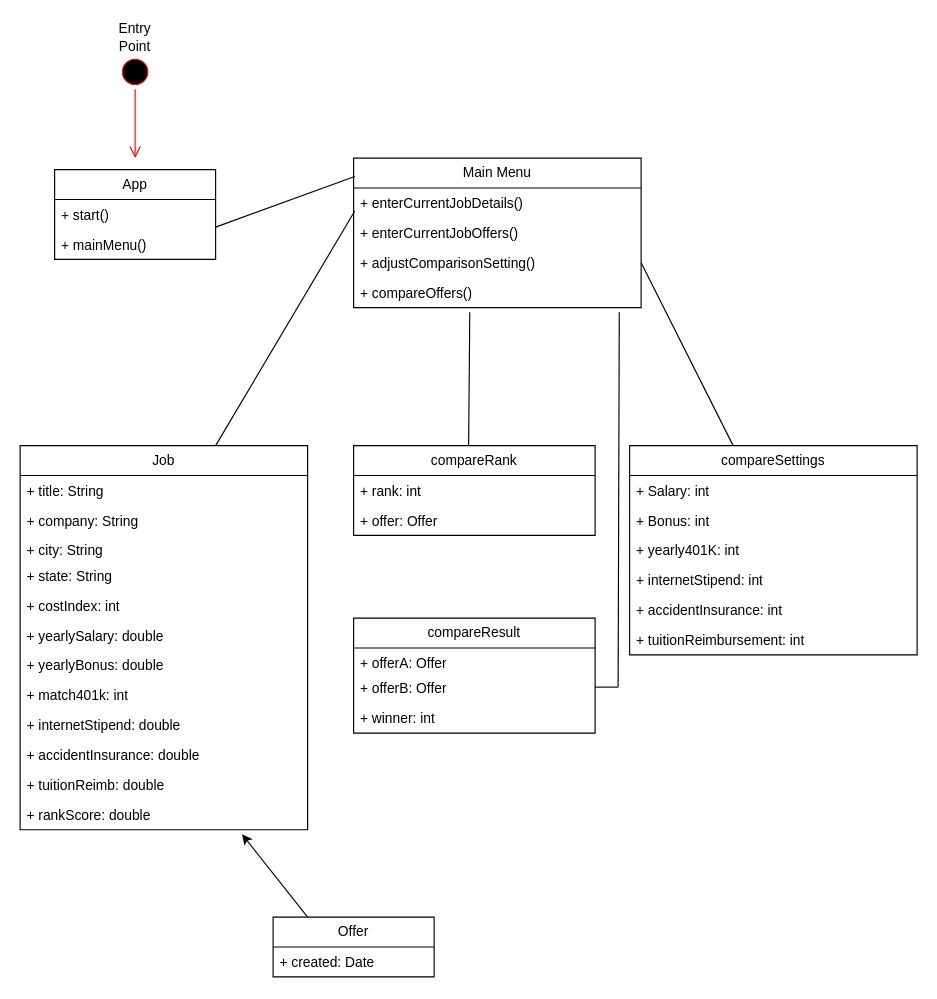
Earlier version of the draw.io diagram Untitled Diagram.drawio (jialianghuang/cal). Source tidied: cells renumbered, new cells numbered last; positions are measured from the earlier drawing's top-left corner, leaving out a move shared by most shapes. Both pictures are drawn from the tidied source at 115%, with x=0, y=0 at pixel (20, 20).
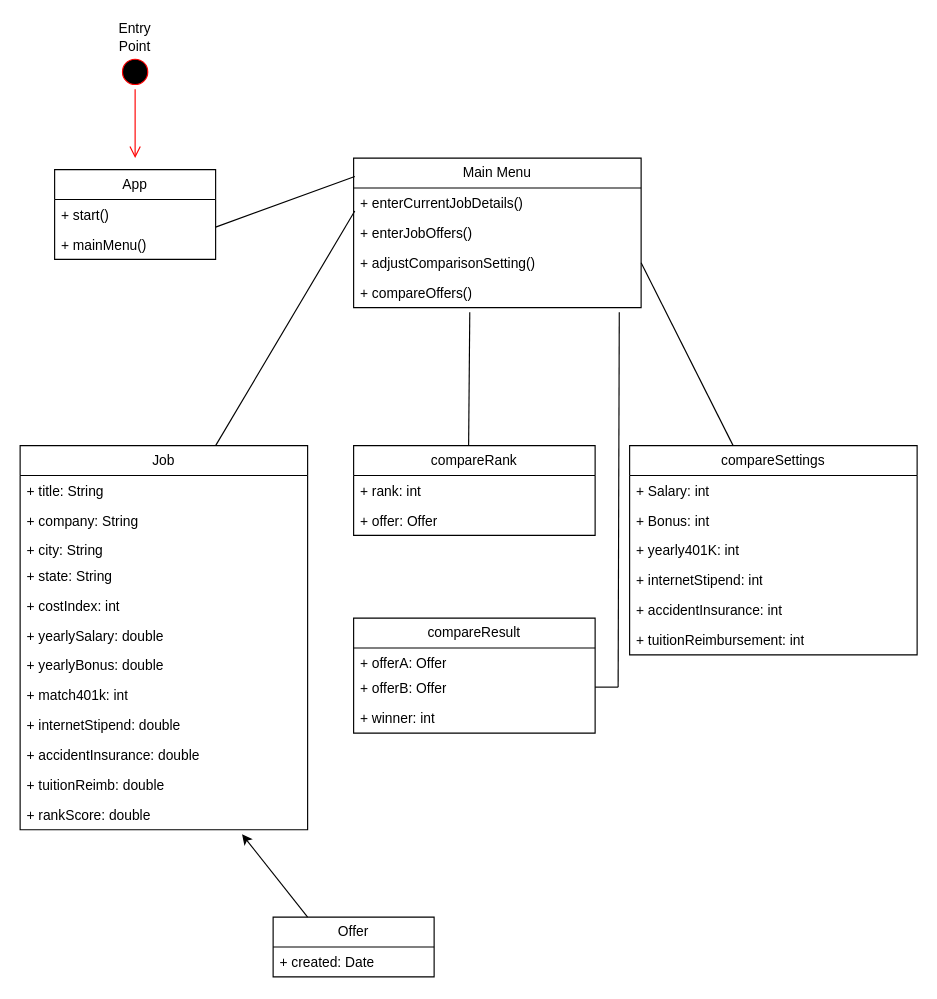
The same diagram, later.

Unchanged cells that the change refers to:
```xml
<mxCell id="7" value="Main Menu" style="swimlane;fontStyle=0;horizontal=1;startSize=26;fillColor=none;whiteSpace=wrap;html=1;" parent="1" vertex="1">
  <mxGeometry x="290" y="120" width="250" height="130" as="geometry" />
</mxCell>
```

What changed in the source:
```diff
@@
-    <mxCell id="9" value="+ enterCurrentJobOffers()" style="text;strokeColor=none;fillColor=none;align=left;verticalAlign=top;spacingLeft=4;spacingRight=4;overflow=hidden;whiteSpace=wrap;html=1;" parent="7" vertex="1">
+    <mxCell id="9" value="+ enterJobOffers()" style="text;strokeColor=none;fillColor=none;align=left;verticalAlign=top;spacingLeft=4;spacingRight=4;overflow=hidden;whiteSpace=wrap;html=1;" parent="7" vertex="1">
       <mxGeometry y="52" width="250" height="26" as="geometry" />
     </mxCell>
```
